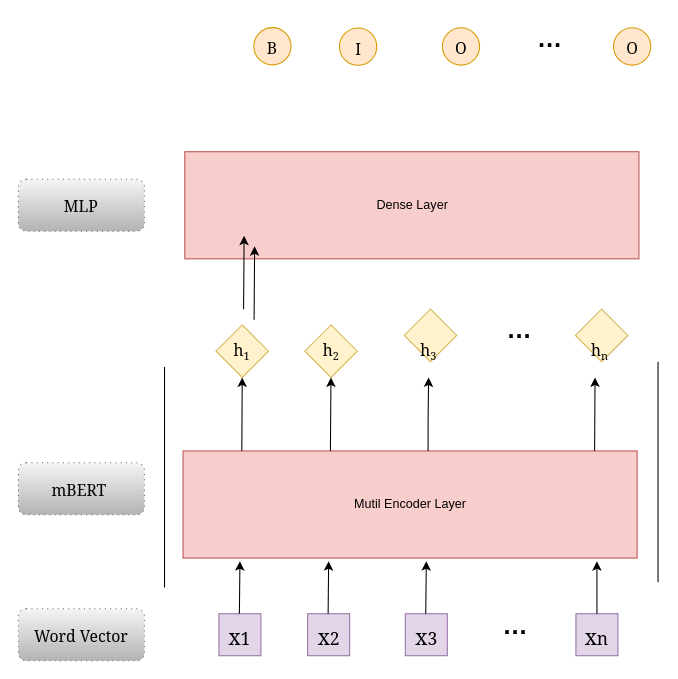
This is BiLSTM-CRF.drawio from yhx123hero/CyberspaceSecurity_NER, a draw.io file, before an edit. Source tidied: cells renumbered, new cells numbered last; positions are measured from the earlier drawing's top-left corner, leaving out a move shared by most shapes. Both pictures are drawn from the tidied source at 105%, with x=0, y=0 at pixel (18, 17).
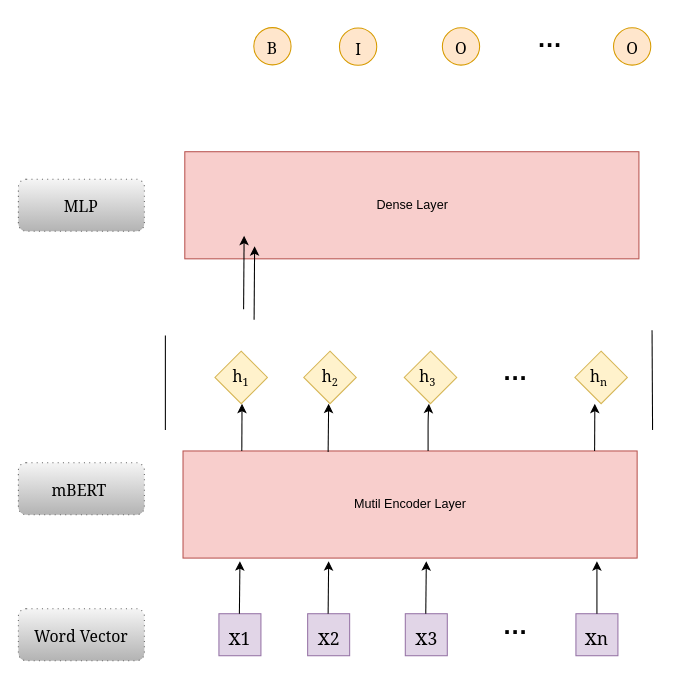
Above is the later version.

Diff of the diagram source:
```diff
@@
     <mxCell id="12" style="rhombus;whiteSpace=wrap;html=1;labelBackgroundColor=none;fontFamily=Georgia;fontSize=15;fillColor=#fff2cc;strokeColor=#d6b656;" parent="1" vertex="1">
-      <mxGeometry x="188.2" y="293" width="50" height="50" as="geometry" />
+      <mxGeometry x="187.2" y="318" width="50" height="50" as="geometry" />
     </mxCell>
     <mxCell id="13" value="h&lt;span style=&quot;font-size: 12.5px&quot;&gt;&lt;sub&gt;1&lt;/sub&gt;&lt;/span&gt;" style="text;html=1;strokeColor=none;fillColor=none;align=center;verticalAlign=middle;whiteSpace=wrap;rounded=0;labelBackgroundColor=none;fontFamily=Georgia;fontSize=15;" parent="1" vertex="1">
-      <mxGeometry x="193.2" y="308" width="40" height="20" as="geometry" />
+      <mxGeometry x="192.2" y="333" width="40" height="20" as="geometry" />
     </mxCell>
     <mxCell id="14" style="rhombus;whiteSpace=wrap;html=1;labelBackgroundColor=none;fontFamily=Georgia;fontSize=15;fillColor=#fff2cc;strokeColor=#d6b656;" parent="1" vertex="1">
-      <mxGeometry x="272.8" y="293" width="50" height="50" as="geometry" />
+      <mxGeometry x="271.8" y="318" width="50" height="50" as="geometry" />
     </mxCell>
     <mxCell id="15" value="h&lt;span style=&quot;font-size: 12.5px&quot;&gt;&lt;sub&gt;2&lt;/sub&gt;&lt;/span&gt;" style="text;html=1;strokeColor=none;fillColor=none;align=center;verticalAlign=middle;whiteSpace=wrap;rounded=0;labelBackgroundColor=none;fontFamily=Georgia;fontSize=15;" parent="1" vertex="1">
-      <mxGeometry x="277.8" y="308" width="40" height="20" as="geometry" />
+      <mxGeometry x="276.8" y="333" width="40" height="20" as="geometry" />
     </mxCell>
     <mxCell id="16" style="rhombus;whiteSpace=wrap;html=1;labelBackgroundColor=none;fontFamily=Georgia;fontSize=15;fillColor=#fff2cc;strokeColor=#d6b656;" parent="1" vertex="1">
-      <mxGeometry x="367.5" y="278" width="50" height="50" as="geometry" />
+      <mxGeometry x="367.5" y="318" width="50" height="50" as="geometry" />
     </mxCell>
     <mxCell id="17" value="h&lt;span style=&quot;font-size: 12.5px&quot;&gt;&lt;sub&gt;3&lt;/sub&gt;&lt;/span&gt;" style="text;html=1;strokeColor=none;fillColor=none;align=center;verticalAlign=middle;whiteSpace=wrap;rounded=0;labelBackgroundColor=none;fontFamily=Georgia;fontSize=15;" parent="1" vertex="1">
-      <mxGeometry x="370.8" y="308" width="40" height="20" as="geometry" />
+      <mxGeometry x="369.8" y="333" width="40" height="20" as="geometry" />
     </mxCell>
     <mxCell id="18" style="rhombus;whiteSpace=wrap;html=1;labelBackgroundColor=none;fontFamily=Georgia;fontSize=15;fillColor=#fff2cc;strokeColor=#d6b656;" parent="1" vertex="1">
-      <mxGeometry x="530.5" y="278" width="50" height="50" as="geometry" />
+      <mxGeometry x="530" y="318" width="50" height="50" as="geometry" />
     </mxCell>
     <mxCell id="19" value="h&lt;span style=&quot;font-size: 12.5px&quot;&gt;&lt;sub&gt;n&lt;/sub&gt;&lt;/span&gt;" style="text;html=1;strokeColor=none;fillColor=none;align=center;verticalAlign=middle;whiteSpace=wrap;rounded=0;labelBackgroundColor=none;fontFamily=Georgia;fontSize=15;" parent="1" vertex="1">
-      <mxGeometry x="533.8" y="308" width="40" height="20" as="geometry" />
+      <mxGeometry x="532.8" y="333" width="40" height="20" as="geometry" />
     </mxCell>
@@
     <mxCell id="33" value="…" style="text;strokeColor=none;fillColor=none;html=1;fontSize=24;fontStyle=1;verticalAlign=middle;align=center;labelBackgroundColor=none;" parent="1" vertex="1">
-      <mxGeometry x="427" y="278" width="100" height="40" as="geometry" />
+      <mxGeometry x="423" y="318" width="100" height="40" as="geometry" />
     </mxCell>
     <mxCell id="34" style="endArrow=none;html=1;" parent="1" edge="1">
       <mxGeometry relative="1" as="geometry">
-        <mxPoint x="609.2" y="538" as="sourcePoint" />
-        <mxPoint x="609.2" y="328" as="targetPoint" />
+        <mxPoint x="604" y="393" as="sourcePoint" />
+        <mxPoint x="603.5" y="298" as="targetPoint" />
       </mxGeometry>
     </mxCell>
@@
-    <mxCell id="39" style="endArrow=classic;html=1;entryX=0.126;entryY=0.98;entryDx=0;entryDy=0;entryPerimeter=0;" parent="1" edge="1">
+    <mxCell id="39" style="endArrow=classic;html=1;" parent="1" edge="1">
       <mxGeometry relative="1" as="geometry">
         <mxPoint x="212.8" y="413" as="sourcePoint" />
-        <mxPoint x="213.2" y="343" as="targetPoint" />
+        <mxPoint x="213" y="368" as="targetPoint" />
       </mxGeometry>
     </mxCell>
     <mxCell id="40" style="endArrow=classic;html=1;entryX=0.126;entryY=0.98;entryDx=0;entryDy=0;entryPerimeter=0;" parent="1" edge="1">
       <mxGeometry relative="1" as="geometry">
-        <mxPoint x="297.2" y="413" as="sourcePoint" />
-        <mxPoint x="297.7" y="343" as="targetPoint" />
+        <mxPoint x="295" y="414" as="sourcePoint" />
+        <mxPoint x="295.5" y="368" as="targetPoint" />
       </mxGeometry>
     </mxCell>
-    <mxCell id="41" style="endArrow=classic;html=1;entryX=0.126;entryY=0.98;entryDx=0;entryDy=0;entryPerimeter=0;" parent="1" edge="1">
+    <mxCell id="41" style="endArrow=classic;html=1;" parent="1" edge="1">
       <mxGeometry relative="1" as="geometry">
         <mxPoint x="390.2" y="413" as="sourcePoint" />
-        <mxPoint x="390.7" y="343" as="targetPoint" />
+        <mxPoint x="391" y="368" as="targetPoint" />
         <Array as="points">
           <mxPoint x="390.2" y="383" />
         </Array>
       </mxGeometry>
     </mxCell>
-    <mxCell id="42" style="endArrow=classic;html=1;entryX=0.126;entryY=0.98;entryDx=0;entryDy=0;entryPerimeter=0;" parent="1" edge="1">
+    <mxCell id="42" style="endArrow=classic;html=1;" parent="1" edge="1">
       <mxGeometry relative="1" as="geometry">
         <mxPoint x="548.8" y="413" as="sourcePoint" />
-        <mxPoint x="549.2" y="343" as="targetPoint" />
+        <mxPoint x="549" y="368" as="targetPoint" />
       </mxGeometry>
     </mxCell>
@@
     <mxCell id="44" style="endArrow=none;html=1;" parent="1" edge="1">
       <mxGeometry relative="1" as="geometry">
-        <mxPoint x="139.2" y="543" as="sourcePoint" />
-        <mxPoint x="139.2" y="333" as="targetPoint" />
+        <mxPoint x="140" y="393" as="sourcePoint" />
+        <mxPoint x="140" y="303" as="targetPoint" />
       </mxGeometry>
     </mxCell>
```
